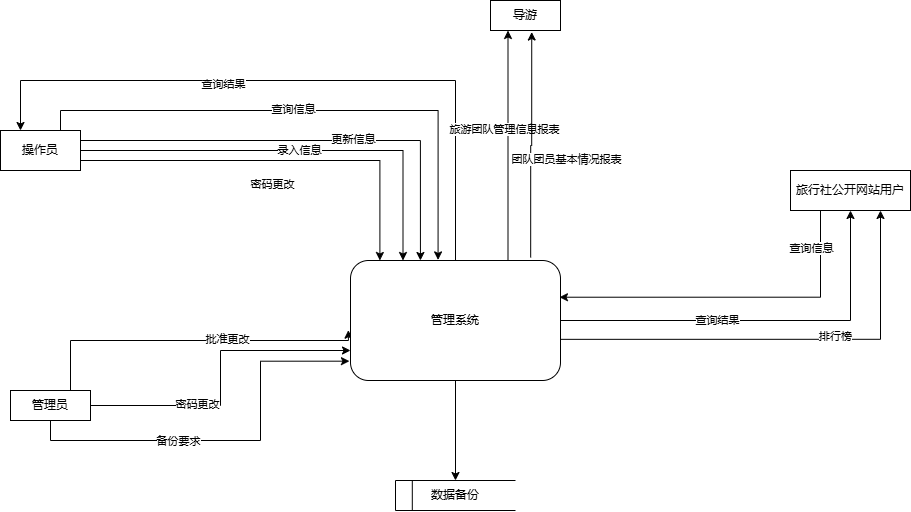
This is 可行性-数据流图简化.drawio.png from wefcdse/softeng, a draw.io export, as it was before one commit. Source tidied: cells renumbered, new cells last; positions are measured from the earlier drawing's top-left corner, leaving out a move shared by most shapes. The source it was exported from:
```xml
<mxGraphModel>
  <root>
    <mxCell id="0" />
    <mxCell id="1" parent="0" />
    <mxCell id="2" style="edgeStyle=orthogonalEdgeStyle;rounded=0;jettySize=auto;html=1;entryX=0.14;entryY=0;entryDx=0;entryDy=0;exitX=1;exitY=0.75;exitDx=0;exitDy=0;entryPerimeter=0;" parent="1" edge="1" source="10" target="37">
      <mxGeometry relative="1" as="geometry" />
    </mxCell>
    <mxCell id="3" value="密码更改" style="edgeLabel;html=1;align=center;verticalAlign=middle;" parent="2" vertex="1">
      <mxGeometry x="-0.04" relative="1" as="geometry">
        <mxPoint y="23" as="offset" />
      </mxGeometry>
    </mxCell>
    <mxCell id="4" style="edgeStyle=orthogonalEdgeStyle;rounded=0;jettySize=auto;html=1;entryX=0.25;entryY=0;entryDx=0;entryDy=0;entryPerimeter=0;" parent="1" edge="1" source="10" target="37">
      <mxGeometry relative="1" as="geometry" />
    </mxCell>
    <mxCell id="5" value="录入信息" style="edgeLabel;html=1;align=center;verticalAlign=middle;" parent="4" vertex="1">
      <mxGeometry x="0.01" y="1" relative="1" as="geometry" />
    </mxCell>
    <mxCell id="6" style="edgeStyle=orthogonalEdgeStyle;rounded=0;jettySize=auto;html=1;exitX=1;exitY=0.25;exitDx=0;exitDy=0;entryX=0.333;entryY=0;entryDx=0;entryDy=0;entryPerimeter=0;" parent="1" edge="1" source="10" target="37">
      <mxGeometry relative="1" as="geometry" />
    </mxCell>
    <mxCell id="7" value="更新信息" style="edgeLabel;html=1;align=center;verticalAlign=middle;" parent="6" vertex="1">
      <mxGeometry x="0.18" y="2" relative="1" as="geometry" />
    </mxCell>
    <mxCell id="8" style="edgeStyle=orthogonalEdgeStyle;rounded=0;jettySize=auto;html=1;exitX=0.75;exitY=0;exitDx=0;exitDy=0;entryX=0.417;entryY=-0.005;entryDx=0;entryDy=0;entryPerimeter=0;" parent="1" edge="1" source="10" target="37">
      <mxGeometry relative="1" as="geometry" />
    </mxCell>
    <mxCell id="9" value="查询信息" style="edgeLabel;html=1;align=center;verticalAlign=middle;" parent="8" vertex="1">
      <mxGeometry x="-0.08" y="2" relative="1" as="geometry" />
    </mxCell>
    <mxCell id="10" value="操作员" style="rounded=0;whiteSpace=wrap;html=1;" parent="1" vertex="1">
      <mxGeometry y="130" width="80" height="40" as="geometry" />
    </mxCell>
    <mxCell id="11" style="edgeStyle=orthogonalEdgeStyle;rounded=0;jettySize=auto;html=1;exitX=1;exitY=0.5;exitDx=0;exitDy=0;entryX=0;entryY=0.75;entryDx=0;entryDy=0;entryPerimeter=0;" parent="1" edge="1" source="15" target="37">
      <mxGeometry relative="1" as="geometry" />
    </mxCell>
    <mxCell id="12" value="密码更改" style="edgeLabel;html=1;align=center;verticalAlign=middle;" parent="11" vertex="1">
      <mxGeometry x="-0.33" y="2" relative="1" as="geometry" />
    </mxCell>
    <mxCell id="13" style="edgeStyle=orthogonalEdgeStyle;rounded=0;jettySize=auto;html=1;exitX=0.5;exitY=1;exitDx=0;exitDy=0;entryX=-0.005;entryY=0.839;entryDx=0;entryDy=0;entryPerimeter=0;" parent="1" edge="1" source="15" target="37">
      <mxGeometry relative="1" as="geometry">
        <Array as="points">
          <mxPoint x="50" y="440" />
          <mxPoint x="260" y="440" />
          <mxPoint x="260" y="361" />
        </Array>
      </mxGeometry>
    </mxCell>
    <mxCell id="14" value="备份要求" style="edgeLabel;html=1;align=center;verticalAlign=middle;" parent="13" vertex="1">
      <mxGeometry x="-0.26" relative="1" as="geometry" />
    </mxCell>
    <mxCell id="15" value="管理员" style="rounded=0;whiteSpace=wrap;html=1;" parent="1" vertex="1">
      <mxGeometry x="10" y="390" width="80" height="30" as="geometry" />
    </mxCell>
    <mxCell id="16" style="edgeStyle=orthogonalEdgeStyle;rounded=0;jettySize=auto;html=1;exitX=0.75;exitY=0;exitDx=0;exitDy=0;entryX=-0.01;entryY=0.581;entryDx=0;entryDy=0;entryPerimeter=0;" parent="1" edge="1" source="15" target="37">
      <mxGeometry relative="1" as="geometry">
        <Array as="points">
          <mxPoint x="70" y="340" />
          <mxPoint x="348" y="340" />
        </Array>
      </mxGeometry>
    </mxCell>
    <mxCell id="17" value="批准更改" style="edgeLabel;html=1;align=center;verticalAlign=middle;" parent="16" vertex="1">
      <mxGeometry x="0.18" y="-3" relative="1" as="geometry">
        <mxPoint x="7" y="-5" as="offset" />
      </mxGeometry>
    </mxCell>
    <mxCell id="18" value="导游" style="rounded=0;whiteSpace=wrap;html=1;" parent="1" vertex="1">
      <mxGeometry x="490" width="70" height="30" as="geometry" />
    </mxCell>
    <mxCell id="19" style="edgeStyle=orthogonalEdgeStyle;rounded=0;jettySize=auto;html=1;exitX=0.25;exitY=1;exitDx=0;exitDy=0;entryX=0.995;entryY=0.306;entryDx=0;entryDy=0;entryPerimeter=0;" parent="1" edge="1" source="21" target="37">
      <mxGeometry relative="1" as="geometry" />
    </mxCell>
    <mxCell id="20" value="查询信息" style="edgeLabel;html=1;align=center;verticalAlign=middle;" parent="19" vertex="1">
      <mxGeometry x="-0.65" y="1" relative="1" as="geometry">
        <mxPoint x="-11" y="-24" as="offset" />
      </mxGeometry>
    </mxCell>
    <mxCell id="21" value="旅行社公开网站用户" style="rounded=0;whiteSpace=wrap;html=1;" parent="1" vertex="1">
      <mxGeometry x="790" y="170" width="120" height="40" as="geometry" />
    </mxCell>
    <mxCell id="22" style="edgeStyle=orthogonalEdgeStyle;rounded=0;jettySize=auto;html=1;exitX=0.5;exitY=0;exitDx=0;exitDy=0;entryX=0.25;entryY=0;entryDx=0;entryDy=0;exitPerimeter=0;" parent="1" edge="1" source="37" target="10">
      <mxGeometry relative="1" as="geometry">
        <Array as="points">
          <mxPoint x="455" y="80" />
          <mxPoint x="20" y="80" />
        </Array>
      </mxGeometry>
    </mxCell>
    <mxCell id="23" value="查询结果" style="edgeLabel;html=1;align=center;verticalAlign=middle;" parent="22" vertex="1">
      <mxGeometry x="0.24" y="3" relative="1" as="geometry">
        <mxPoint x="1" as="offset" />
      </mxGeometry>
    </mxCell>
    <mxCell id="24" style="group;" parent="1" vertex="1">
      <mxGeometry x="395" y="480" width="120" height="30" as="geometry" />
    </mxCell>
    <mxCell id="25" style="endArrow=none;html=1;rounded=0;entryX=0;entryY=0;entryDx=0;entryDy=0;exitX=0;exitY=1;exitDx=0;exitDy=0;" parent="24" edge="1" source="26" target="26">
      <mxGeometry relative="1" as="geometry" />
    </mxCell>
    <mxCell id="26" value="数据备份" style="shape=partialRectangle;whiteSpace=wrap;html=1;left=0;right=0;fillColor=none;points=[[0,0,0,0,0],[0,0.25,0,0,0],[0,0.5,0,0,0],[0,0.75,0,0,0],[0,1,0,0,0],[0.14,0,0,0,0],[0.14,1,0,0,0],[0.5,0,0,0,0],[0.5,1,0,0,0],[0.75,0,0,0,0],[0.75,1,0,0,0],[1,0,0,0,0],[1,0.25,0,0,0],[1,0.5,0,0,0],[1,0.75,0,0,0],[1,1,0,0,0]];" parent="24" vertex="1">
      <mxGeometry width="120" height="30" as="geometry" />
    </mxCell>
    <mxCell id="27" style="endArrow=none;html=1;rounded=0;entryX=0.14;entryY=0;entryDx=0;entryDy=0;entryPerimeter=0;exitX=0.14;exitY=1;exitDx=0;exitDy=0;exitPerimeter=0;" parent="24" edge="1" source="26" target="26">
      <mxGeometry relative="1" as="geometry" />
    </mxCell>
    <mxCell id="28" style="edgeStyle=orthogonalEdgeStyle;rounded=0;jettySize=auto;html=1;entryX=0.5;entryY=0;entryDx=0;entryDy=0;entryPerimeter=0;exitX=0.5;exitY=1;exitDx=0;exitDy=0;exitPerimeter=0;" parent="1" edge="1" source="37" target="26">
      <mxGeometry relative="1" as="geometry" />
    </mxCell>
    <mxCell id="29" style="edgeStyle=orthogonalEdgeStyle;rounded=0;jettySize=auto;html=1;exitX=1;exitY=0.657;exitDx=0;exitDy=0;exitPerimeter=0;entryX=0.75;entryY=1;entryDx=0;entryDy=0;" parent="1" edge="1" source="37" target="21">
      <mxGeometry relative="1" as="geometry" />
    </mxCell>
    <mxCell id="30" value="排行榜" style="edgeLabel;html=1;align=center;verticalAlign=middle;" parent="29" vertex="1">
      <mxGeometry x="0.23" y="3" relative="1" as="geometry" />
    </mxCell>
    <mxCell id="31" style="edgeStyle=orthogonalEdgeStyle;rounded=0;jettySize=auto;html=1;exitX=0.75;exitY=0;exitDx=0;exitDy=0;entryX=0.25;entryY=1;entryDx=0;entryDy=0;exitPerimeter=0;" parent="1" edge="1" source="37" target="18">
      <mxGeometry relative="1" as="geometry" />
    </mxCell>
    <mxCell id="32" value="旅游团队管理信息报表" style="edgeLabel;html=1;align=center;verticalAlign=middle;" parent="31" vertex="1">
      <mxGeometry x="0.15" y="5" relative="1" as="geometry">
        <mxPoint x="1" as="offset" />
      </mxGeometry>
    </mxCell>
    <mxCell id="33" style="edgeStyle=orthogonalEdgeStyle;rounded=0;jettySize=auto;html=1;exitX=0.858;exitY=-0.025;exitDx=0;exitDy=0;entryX=0.589;entryY=1.051;entryDx=0;entryDy=0;exitPerimeter=0;entryPerimeter=0;" parent="1" edge="1" source="37" target="18">
      <mxGeometry relative="1" as="geometry" />
    </mxCell>
    <mxCell id="34" value="团队团员基本情况报表" style="edgeLabel;html=1;align=center;verticalAlign=middle;" parent="33" vertex="1">
      <mxGeometry x="-0.29" y="1" relative="1" as="geometry">
        <mxPoint x="36" y="-18" as="offset" />
      </mxGeometry>
    </mxCell>
    <mxCell id="35" style="edgeStyle=orthogonalEdgeStyle;rounded=0;jettySize=auto;html=1;entryX=0.5;entryY=1;entryDx=0;entryDy=0;" parent="1" edge="1" source="37" target="21">
      <mxGeometry relative="1" as="geometry" />
    </mxCell>
    <mxCell id="36" value="查询结果" style="edgeLabel;html=1;align=center;verticalAlign=middle;" parent="35" vertex="1">
      <mxGeometry x="-0.22" y="1" relative="1" as="geometry" />
    </mxCell>
    <mxCell id="37" value="管理系统" style="rounded=1;whiteSpace=wrap;html=1;points=[[0,0,0,0,0],[0,0.25,0,0,0],[0,0.5,0,0,0],[0,0.75,0,0,0],[0,1,0,0,0],[0.14,0,0,0,0],[0.16,1,0,0,0],[0.25,0,0,0,0],[0.25,1,0,0,0],[0.38,0,0,0,0],[0.38,1,0,0,0],[0.5,0,0,0,0],[0.5,1,0,0,0],[0.63,0,0,0,0],[0.75,0,0,0,0],[0.75,1,0,0,0],[1,0,0,0,0],[1,0.25,0,0,0],[1,0.5,0,0,0],[1,0.75,0,0,0],[1,1,0,0,0]];" parent="1" vertex="1">
      <mxGeometry x="350" y="260" width="210" height="120" as="geometry" />
    </mxCell>
  </root>
</mxGraphModel>
```
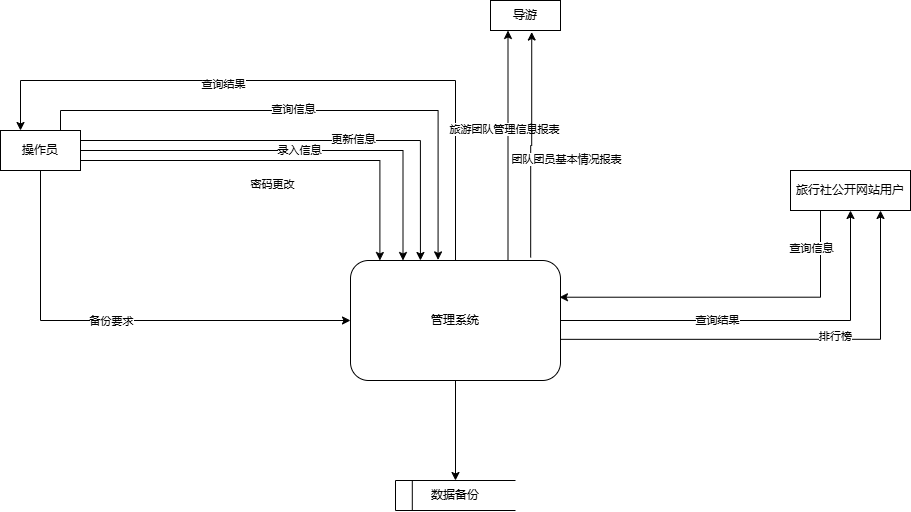
Above is the later version.

Commit message:
更新可行性-数据流图简化.drawio.png

What changed in the source:
```diff
@@ -31,40 +31,18 @@
     <mxCell id="10" value="操作员" style="rounded=0;whiteSpace=wrap;html=1;" parent="1" vertex="1">
       <mxGeometry y="130" width="80" height="40" as="geometry" />
     </mxCell>
-    <mxCell id="11" style="edgeStyle=orthogonalEdgeStyle;rounded=0;jettySize=auto;html=1;exitX=1;exitY=0.5;exitDx=0;exitDy=0;entryX=0;entryY=0.75;entryDx=0;entryDy=0;entryPerimeter=0;" parent="1" edge="1" source="15" target="37">
-      <mxGeometry relative="1" as="geometry" />
-    </mxCell>
-    <mxCell id="12" value="密码更改" style="edgeLabel;html=1;align=center;verticalAlign=middle;" parent="11" vertex="1">
-      <mxGeometry x="-0.33" y="2" relative="1" as="geometry" />
-    </mxCell>
-    <mxCell id="13" style="edgeStyle=orthogonalEdgeStyle;rounded=0;jettySize=auto;html=1;exitX=0.5;exitY=1;exitDx=0;exitDy=0;entryX=-0.005;entryY=0.839;entryDx=0;entryDy=0;entryPerimeter=0;" parent="1" edge="1" source="15" target="37">
+    <mxCell id="13" style="edgeStyle=orthogonalEdgeStyle;rounded=0;jettySize=auto;html=1;entryX=0;entryY=0.5;entryDx=0;entryDy=0;entryPerimeter=0;exitX=0.5;exitY=1;exitDx=0;exitDy=0;" parent="1" edge="1" source="10" target="37">
       <mxGeometry relative="1" as="geometry">
         <Array as="points">
-          <mxPoint x="50" y="440" />
-          <mxPoint x="260" y="440" />
-          <mxPoint x="260" y="361" />
+          <mxPoint x="40" y="320" />
         </Array>
       </mxGeometry>
     </mxCell>
     <mxCell id="14" value="备份要求" style="edgeLabel;html=1;align=center;verticalAlign=middle;" parent="13" vertex="1">
-      <mxGeometry x="-0.26" relative="1" as="geometry" />
+      <mxGeometry x="-0.26" relative="1" as="geometry">
+        <mxPoint x="50" as="offset" />
+      </mxGeometry>
     </mxCell>
-    <mxCell id="15" value="管理员" style="rounded=0;whiteSpace=wrap;html=1;" parent="1" vertex="1">
-      <mxGeometry x="10" y="390" width="80" height="30" as="geometry" />
-    </mxCell>
-    <mxCell id="16" style="edgeStyle=orthogonalEdgeStyle;rounded=0;jettySize=auto;html=1;exitX=0.75;exitY=0;exitDx=0;exitDy=0;entryX=-0.01;entryY=0.581;entryDx=0;entryDy=0;entryPerimeter=0;" parent="1" edge="1" source="15" target="37">
-      <mxGeometry relative="1" as="geometry">
-        <Array as="points">
-          <mxPoint x="70" y="340" />
-          <mxPoint x="348" y="340" />
-        </Array>
-      </mxGeometry>
-    </mxCell>
-    <mxCell id="17" value="批准更改" style="edgeLabel;html=1;align=center;verticalAlign=middle;" parent="16" vertex="1">
-      <mxGeometry x="0.18" y="-3" relative="1" as="geometry">
-        <mxPoint x="7" y="-5" as="offset" />
-      </mxGeometry>
-    </mxCell>
     <mxCell id="18" value="导游" style="rounded=0;whiteSpace=wrap;html=1;" parent="1" vertex="1">
       <mxGeometry x="490" width="70" height="30" as="geometry" />
     </mxCell>
```
